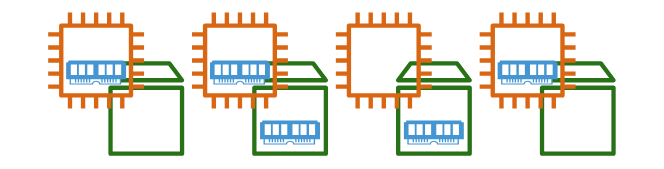
This is AWS/Untitled Diagram.svg from alexanderoneill/Obsidian, a draw.io export, as it was before one commit. Source tidied: cells renumbered, new cells last; positions are measured from the earlier drawing's top-left corner, leaving out a move shared by most shapes.
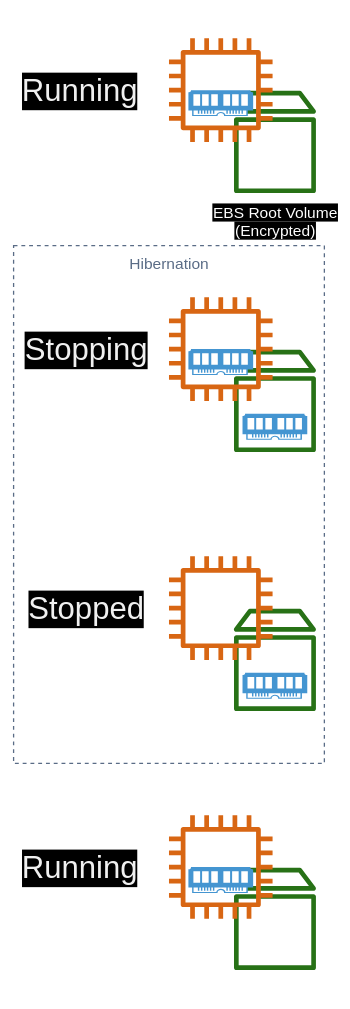
Later version of the same file.

Commit message:
vault backup: 14.08.2023 - 11:16:27

Change to the diagram source:
```diff
@@ -2,44 +2,80 @@
   <root>
     <mxCell id="0" />
     <mxCell id="1" parent="0" />
-    <mxCell id="2" style="fontColor=#232F3E;gradientColor=none;fillColor=#277116;strokeColor=none;dashed=0;verticalLabelPosition=bottom;verticalAlign=top;align=center;html=1;fontSize=12;fontStyle=0;shape=mxgraph.aws4.volume;" parent="1" vertex="1">
-      <mxGeometry x="290" y="40" width="63.6" height="80" as="geometry" />
-    </mxCell>
-    <mxCell id="3" style="fontColor=#232F3E;gradientColor=none;fillColor=#277116;strokeColor=none;dashed=0;verticalLabelPosition=bottom;verticalAlign=top;align=center;html=1;fontSize=12;fontStyle=0;shape=mxgraph.aws4.volume;" parent="1" vertex="1">
-      <mxGeometry x="170" y="40" width="63.6" height="80" as="geometry" />
-    </mxCell>
-    <mxCell id="4" style="fontColor=#232F3E;gradientColor=none;fillColor=#277116;strokeColor=none;dashed=0;verticalLabelPosition=bottom;verticalAlign=top;align=center;html=1;fontSize=12;fontStyle=0;shape=mxgraph.aws4.volume;" parent="1" vertex="1">
-      <mxGeometry x="410" y="40" width="63.6" height="80" as="geometry" />
-    </mxCell>
-    <mxCell id="5" style="outlineConnect=0;fontColor=#232F3E;gradientColor=none;fillColor=#D86613;strokeColor=none;dashed=0;verticalLabelPosition=bottom;verticalAlign=top;align=center;html=1;fontSize=12;fontStyle=0;shape=mxgraph.aws4.instance2;" parent="1" vertex="1">
-      <mxGeometry x="120" width="80" height="80" as="geometry" />
-    </mxCell>
-    <mxCell id="6" style="shadow=0;dashed=0;html=1;strokeColor=none;fillColor=#4495D1;labelPosition=center;verticalLabelPosition=bottom;verticalAlign=top;align=center;shape=mxgraph.veeam.ram;" parent="1" vertex="1">
-      <mxGeometry x="135" y="40" width="50" height="20" as="geometry" />
-    </mxCell>
-    <mxCell id="7" style="outlineConnect=0;fontColor=#232F3E;gradientColor=none;fillColor=#D86613;strokeColor=none;dashed=0;verticalLabelPosition=bottom;verticalAlign=top;align=center;html=1;fontSize=12;fontStyle=0;shape=mxgraph.aws4.instance2;" parent="1" vertex="1">
-      <mxGeometry x="240" width="80" height="80" as="geometry" />
-    </mxCell>
-    <mxCell id="8" style="shadow=0;dashed=0;html=1;strokeColor=none;fillColor=#4495D1;labelPosition=center;verticalLabelPosition=bottom;verticalAlign=top;align=center;shape=mxgraph.veeam.ram;" parent="1" vertex="1">
-      <mxGeometry x="375" y="40" width="50" height="20" as="geometry" />
-    </mxCell>
-    <mxCell id="9" style="outlineConnect=0;fontColor=#232F3E;gradientColor=none;fillColor=#D86613;strokeColor=none;dashed=0;verticalLabelPosition=bottom;verticalAlign=top;align=center;html=1;fontSize=12;fontStyle=0;shape=mxgraph.aws4.instance2;" parent="1" vertex="1">
-      <mxGeometry x="360" width="80" height="80" as="geometry" />
-    </mxCell>
-    <mxCell id="10" style="shadow=0;dashed=0;html=1;strokeColor=none;fillColor=#4495D1;labelPosition=center;verticalLabelPosition=bottom;verticalAlign=top;align=center;shape=mxgraph.veeam.ram;" parent="1" vertex="1">
-      <mxGeometry x="296.8" y="90" width="50" height="20" as="geometry" />
-    </mxCell>
+    <mxCell id="15" style="edgeStyle=orthogonalEdgeStyle;html=1;endArrow=block;elbow=vertical;startArrow=none;endFill=1;rounded=0;strokeColor=#FFFFFF;strokeWidth=3;" parent="1" edge="1" source="12" target="5">
+      <mxGeometry relative="1" as="geometry" />
+    </mxCell>
+    <mxCell id="16" value="Hibernation" style="fillColor=none;strokeColor=#5A6C86;dashed=1;verticalAlign=top;fontStyle=0;fontColor=#5A6C86;" parent="1" vertex="1">
+      <mxGeometry x="-80" y="200" width="240" height="400" as="geometry" />
+    </mxCell>
+    <mxCell id="17" style="group;" parent="1" vertex="1">
+      <mxGeometry x="40" y="40" width="113.6" height="120" as="geometry" />
+    </mxCell>
-    <mxCell id="11" style="fontColor=#232F3E;gradientColor=none;fillColor=#277116;strokeColor=none;dashed=0;verticalLabelPosition=bottom;verticalAlign=top;align=center;html=1;fontSize=12;fontStyle=0;shape=mxgraph.aws4.volume;" parent="1" vertex="1">
+    <mxCell id="11" value="&lt;font color=&quot;#ffffff&quot; style=&quot;background-color: rgb(0 , 0 , 0)&quot;&gt;EBS Root Volume&lt;br&gt;(Encrypted)&lt;br&gt;&lt;/font&gt;" style="fontColor=#232F3E;gradientColor=none;fillColor=#277116;strokeColor=none;dashed=0;verticalLabelPosition=bottom;verticalAlign=top;align=center;html=1;fontSize=12;fontStyle=0;shape=mxgraph.aws4.volume;" parent="17" vertex="1">
       <mxGeometry x="50" y="40" width="63.6" height="80" as="geometry" />
     </mxCell>
-    <mxCell id="12" style="outlineConnect=0;fontColor=#232F3E;gradientColor=none;fillColor=#D86613;strokeColor=none;dashed=0;verticalLabelPosition=bottom;verticalAlign=top;align=center;html=1;fontSize=12;fontStyle=0;shape=mxgraph.aws4.instance2;" parent="1" vertex="1">
+    <mxCell id="12" style="outlineConnect=0;fontColor=#232F3E;gradientColor=none;fillColor=#D86613;strokeColor=none;dashed=0;verticalLabelPosition=bottom;verticalAlign=top;align=center;html=1;fontSize=12;fontStyle=0;shape=mxgraph.aws4.instance2;" parent="17" vertex="1">
       <mxGeometry width="80" height="80" as="geometry" />
     </mxCell>
-    <mxCell id="13" style="shadow=0;dashed=0;html=1;strokeColor=none;fillColor=#4495D1;labelPosition=center;verticalLabelPosition=bottom;verticalAlign=top;align=center;shape=mxgraph.veeam.ram;" parent="1" vertex="1">
+    <mxCell id="13" style="shadow=0;dashed=0;html=1;strokeColor=none;fillColor=#4495D1;labelPosition=center;verticalLabelPosition=bottom;verticalAlign=top;align=center;shape=mxgraph.veeam.ram;" parent="17" vertex="1">
       <mxGeometry x="15" y="40" width="50" height="20" as="geometry" />
     </mxCell>
+    <mxCell id="18" style="group;" parent="1" vertex="1">
+      <mxGeometry x="40" y="240" width="113.6" height="120" as="geometry" />
+    </mxCell>
+    <mxCell id="3" style="fontColor=#232F3E;gradientColor=none;fillColor=#277116;strokeColor=none;dashed=0;verticalLabelPosition=bottom;verticalAlign=top;align=center;html=1;fontSize=12;fontStyle=0;shape=mxgraph.aws4.volume;" parent="18" vertex="1">
+      <mxGeometry x="50" y="40" width="63.6" height="80" as="geometry" />
+    </mxCell>
+    <mxCell id="5" style="outlineConnect=0;fontColor=#232F3E;gradientColor=none;fillColor=#D86613;strokeColor=none;dashed=0;verticalLabelPosition=bottom;verticalAlign=top;align=center;html=1;fontSize=12;fontStyle=0;shape=mxgraph.aws4.instance2;" parent="18" vertex="1">
+      <mxGeometry width="80" height="80" as="geometry" />
+    </mxCell>
+    <mxCell id="6" style="shadow=0;dashed=0;html=1;strokeColor=none;fillColor=#4495D1;labelPosition=center;verticalLabelPosition=bottom;verticalAlign=top;align=center;shape=mxgraph.veeam.ram;" parent="18" vertex="1">
+      <mxGeometry x="15" y="40" width="50" height="20" as="geometry" />
+    </mxCell>
-    <mxCell id="14" style="shadow=0;dashed=0;html=1;strokeColor=none;fillColor=#4495D1;labelPosition=center;verticalLabelPosition=bottom;verticalAlign=top;align=center;shape=mxgraph.veeam.ram;" parent="1" vertex="1">
-      <mxGeometry x="176.8" y="90" width="50" height="20" as="geometry" />
+    <mxCell id="14" style="shadow=0;dashed=0;html=1;strokeColor=none;fillColor=#4495D1;labelPosition=center;verticalLabelPosition=bottom;verticalAlign=top;align=center;shape=mxgraph.veeam.ram;" parent="18" vertex="1">
+      <mxGeometry x="56.8" y="90" width="50" height="20" as="geometry" />
     </mxCell>
+    <mxCell id="19" style="group;" parent="1" vertex="1">
+      <mxGeometry x="40" y="440" width="113.6" height="120" as="geometry" />
+    </mxCell>
+    <mxCell id="2" style="fontColor=#232F3E;gradientColor=none;fillColor=#277116;strokeColor=none;dashed=0;verticalLabelPosition=bottom;verticalAlign=top;align=center;html=1;fontSize=12;fontStyle=0;shape=mxgraph.aws4.volume;" parent="19" vertex="1">
+      <mxGeometry x="50" y="40" width="63.6" height="80" as="geometry" />
+    </mxCell>
+    <mxCell id="7" style="outlineConnect=0;fontColor=#232F3E;gradientColor=none;fillColor=#D86613;strokeColor=none;dashed=0;verticalLabelPosition=bottom;verticalAlign=top;align=center;html=1;fontSize=12;fontStyle=0;shape=mxgraph.aws4.instance2;" parent="19" vertex="1">
+      <mxGeometry width="80" height="80" as="geometry" />
+    </mxCell>
+    <mxCell id="10" style="shadow=0;dashed=0;html=1;strokeColor=none;fillColor=#4495D1;labelPosition=center;verticalLabelPosition=bottom;verticalAlign=top;align=center;shape=mxgraph.veeam.ram;" parent="19" vertex="1">
+      <mxGeometry x="56.8" y="90" width="50" height="20" as="geometry" />
+    </mxCell>
+    <mxCell id="20" style="group;" parent="1" vertex="1">
+      <mxGeometry x="40" y="640" width="113.6" height="120" as="geometry" />
+    </mxCell>
+    <mxCell id="4" style="fontColor=#232F3E;gradientColor=none;fillColor=#277116;strokeColor=none;dashed=0;verticalLabelPosition=bottom;verticalAlign=top;align=center;html=1;fontSize=12;fontStyle=0;shape=mxgraph.aws4.volume;" parent="20" vertex="1">
+      <mxGeometry x="50" y="40" width="63.6" height="80" as="geometry" />
+    </mxCell>
+    <mxCell id="8" style="shadow=0;dashed=0;html=1;strokeColor=none;fillColor=#4495D1;labelPosition=center;verticalLabelPosition=bottom;verticalAlign=top;align=center;shape=mxgraph.veeam.ram;" parent="20" vertex="1">
+      <mxGeometry x="15" y="40" width="50" height="20" as="geometry" />
+    </mxCell>
+    <mxCell id="9" style="outlineConnect=0;fontColor=#232F3E;gradientColor=none;fillColor=#D86613;strokeColor=none;dashed=0;verticalLabelPosition=bottom;verticalAlign=top;align=center;html=1;fontSize=12;fontStyle=0;shape=mxgraph.aws4.instance2;" parent="20" vertex="1">
+      <mxGeometry width="80" height="80" as="geometry" />
+    </mxCell>
+    <mxCell id="21" value="&lt;font style=&quot;font-size: 24px&quot;&gt;Stopping&lt;/font&gt;" style="text;html=1;align=center;verticalAlign=middle;strokeColor=none;labelBackgroundColor=#000000;" parent="1" vertex="1">
+      <mxGeometry x="-80" y="270" width="110" height="20" as="geometry" />
+    </mxCell>
+    <mxCell id="22" value="&lt;font style=&quot;font-size: 24px&quot;&gt;Stopped&lt;/font&gt;" style="text;html=1;align=center;verticalAlign=middle;strokeColor=none;labelBackgroundColor=#000000;" parent="1" vertex="1">
+      <mxGeometry x="-75" y="470" width="100" height="20" as="geometry" />
+    </mxCell>
+    <mxCell id="23" value="&lt;font style=&quot;font-size: 24px&quot;&gt;Running&lt;/font&gt;" style="text;html=1;align=center;verticalAlign=middle;strokeColor=none;labelBackgroundColor=#000000;" parent="1" vertex="1">
+      <mxGeometry x="-80" y="670" width="100" height="20" as="geometry" />
+    </mxCell>
+    <mxCell id="24" value="&lt;font style=&quot;font-size: 24px&quot;&gt;Running&lt;/font&gt;" style="text;html=1;align=center;verticalAlign=middle;strokeColor=none;labelBackgroundColor=#000000;" parent="1" vertex="1">
+      <mxGeometry x="-80" y="70" width="100" height="20" as="geometry" />
+    </mxCell>
+    <mxCell id="25" style="edgeStyle=orthogonalEdgeStyle;html=1;endArrow=block;elbow=vertical;startArrow=none;endFill=1;rounded=0;strokeColor=#FFFFFF;strokeWidth=3;" parent="1" edge="1" source="5" target="7">
+      <mxGeometry relative="1" as="geometry" />
+    </mxCell>
+    <mxCell id="26" style="edgeStyle=orthogonalEdgeStyle;html=1;endArrow=block;elbow=vertical;startArrow=none;endFill=1;rounded=0;strokeColor=#FFFFFF;strokeWidth=3;" parent="1" edge="1" source="7" target="9">
+      <mxGeometry relative="1" as="geometry" />
+    </mxCell>
   </root>
 </mxGraphModel>
```
